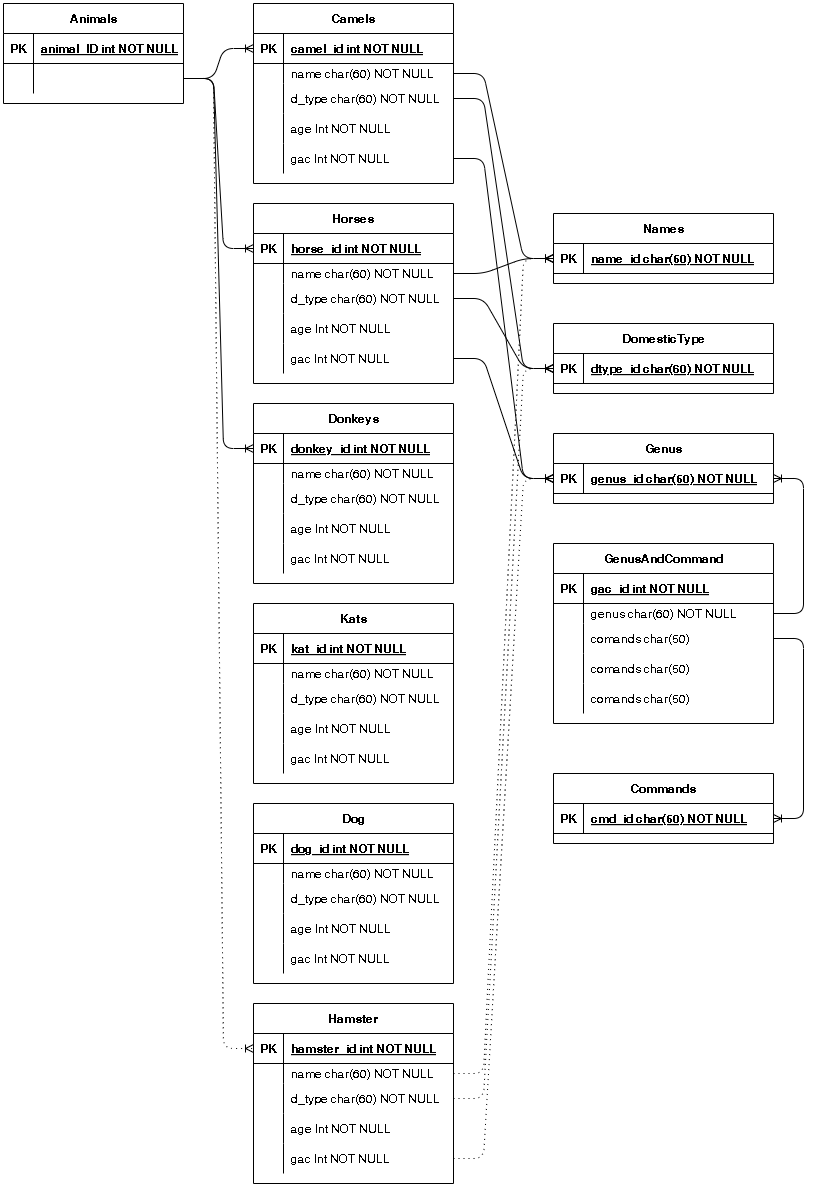
The draw.io diagram Scr/DataBaseDiagram02.drawio.png in Nicklab4/MiddleAtt, before a commit. Source tidied: cells renumbered, new cells last; positions are measured from the earlier drawing's top-left corner, leaving out a move shared by most shapes.
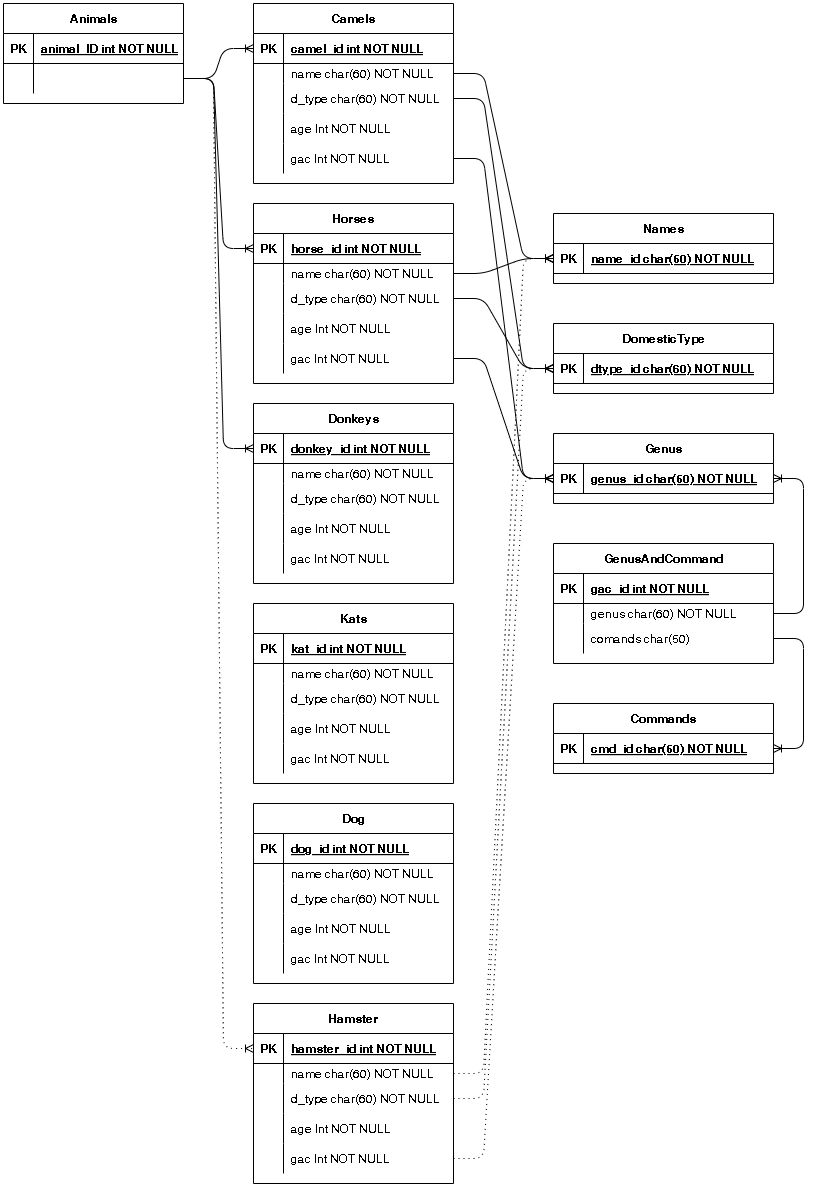
After the change.

Commit message:
Изменение диаграммы DataBaseDiagram02

The edit, as a diff of the source:
```diff
@@ -66,7 +66,7 @@
       <mxGeometry relative="1" as="geometry" />
     </mxCell>
     <mxCell id="23" value="Commands" style="shape=table;startSize=30;rowLines=0;fontStyle=1;align=center;" parent="1" vertex="1">
-      <mxGeometry x="550" y="770" width="220" height="70" as="geometry" />
+      <mxGeometry x="550" y="700" width="220" height="70" as="geometry" />
     </mxCell>
     <mxCell id="24" style="shape=partialRectangle;fillColor=none;points=[[0,0.5],[1,0.5]];portConstraint=eastwest;top=0;left=0;right=0;bottom=1;" parent="23" vertex="1">
       <mxGeometry y="30" width="220" height="30" as="geometry" />
@@ -91,7 +91,7 @@
       <mxGeometry relative="1" as="geometry" />
     </mxCell>
     <mxCell id="29" value="GenusAndCommand" style="shape=table;startSize=30;rowLines=0;fontStyle=1;align=center;" parent="1" vertex="1">
-      <mxGeometry x="550" y="540" width="220" height="180" as="geometry" />
+      <mxGeometry x="550" y="540" width="220" height="120" as="geometry" />
     </mxCell>
     <mxCell id="30" style="shape=partialRectangle;fillColor=none;top=0;left=0;right=0;bottom=1;" parent="29" vertex="1">
       <mxGeometry y="30" width="220" height="30" as="geometry" />
@@ -120,24 +120,6 @@
     <mxCell id="38" value="comands char(50)" style="shape=partialRectangle;overflow=hidden;fillColor=none;top=0;left=0;bottom=0;right=0;align=left;spacingLeft=6;" parent="36" vertex="1">
       <mxGeometry x="30" width="190" height="30" as="geometry" />
     </mxCell>
-    <mxCell id="39" style="shape=partialRectangle;fillColor=none;top=0;left=0;right=0;bottom=0;" parent="29" vertex="1">
-      <mxGeometry y="110" width="220" height="30" as="geometry" />
-    </mxCell>
-    <mxCell id="40" style="shape=partialRectangle;overflow=hidden;fillColor=none;top=0;left=0;bottom=0;right=0;" parent="39" vertex="1">
-      <mxGeometry width="30" height="30" as="geometry" />
-    </mxCell>
-    <mxCell id="41" value="comands char(50)" style="shape=partialRectangle;overflow=hidden;fillColor=none;top=0;left=0;bottom=0;right=0;align=left;spacingLeft=6;" parent="39" vertex="1">
-      <mxGeometry x="30" width="190" height="30" as="geometry" />
-    </mxCell>
-    <mxCell id="42" style="shape=partialRectangle;fillColor=none;top=0;left=0;right=0;bottom=0;" parent="29" vertex="1">
-      <mxGeometry y="140" width="220" height="30" as="geometry" />
-    </mxCell>
-    <mxCell id="43" style="shape=partialRectangle;overflow=hidden;fillColor=none;top=0;left=0;bottom=0;right=0;" parent="42" vertex="1">
-      <mxGeometry width="30" height="30" as="geometry" />
-    </mxCell>
-    <mxCell id="44" value="comands char(50)" style="shape=partialRectangle;overflow=hidden;fillColor=none;top=0;left=0;bottom=0;right=0;align=left;spacingLeft=6;" parent="42" vertex="1">
-      <mxGeometry x="30" width="190" height="30" as="geometry" />
-    </mxCell>
     <mxCell id="45" value="Horses" style="shape=table;startSize=30;rowLines=0;fontStyle=1;align=center;" parent="1" vertex="1">
       <mxGeometry x="250" y="200" width="200" height="180" as="geometry" />
     </mxCell>
```
